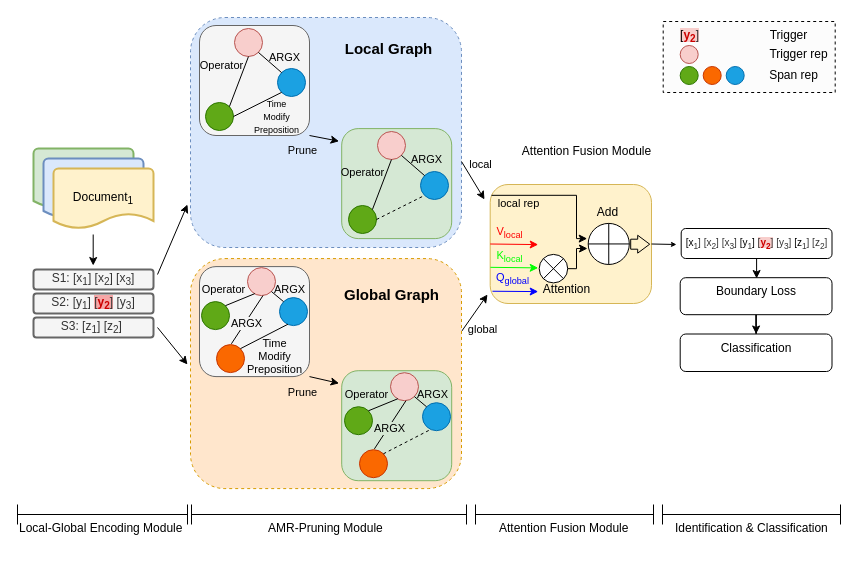
Before: model-modify2.drawio in crawlerWPS/drawing, a draw.io diagram. Source tidied: cells renumbered, new cells numbered last; positions are measured from the earlier drawing's top-left corner, leaving out a move shared by most shapes. Both pictures are drawn from the tidied source at 100%, with x=0, y=0 at pixel (17, 17).
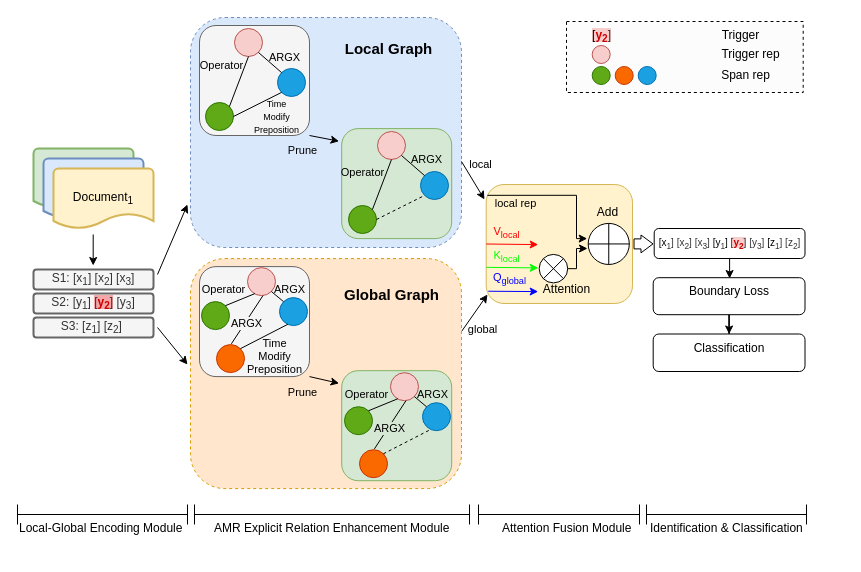
The same diagram, later.

What changed in the source:
```diff
@@
     <mxCell id="29" value="&lt;font style=&quot;font-size: 10px;&quot;&gt;[x&lt;sub style=&quot;border-color: var(--border-color); color: rgb(51, 51, 51);&quot;&gt;1&lt;/sub&gt;&lt;span style=&quot;color: rgb(51, 51, 51);&quot;&gt;] [x&lt;/span&gt;&lt;sub style=&quot;border-color: var(--border-color); color: rgb(51, 51, 51);&quot;&gt;2&lt;/sub&gt;&lt;span style=&quot;color: rgb(51, 51, 51);&quot;&gt;] [x&lt;/span&gt;&lt;sub style=&quot;border-color: var(--border-color); color: rgb(51, 51, 51);&quot;&gt;3&lt;/sub&gt;&lt;span style=&quot;color: rgb(51, 51, 51);&quot;&gt;]&amp;nbsp;&lt;/span&gt;[y&lt;sub style=&quot;border-color: var(--border-color); color: rgb(51, 51, 51);&quot;&gt;1&lt;/sub&gt;]&amp;nbsp;&lt;span style=&quot;background-color: rgb(248, 206, 204);&quot;&gt;&lt;span style=&quot;color: rgb(51, 51, 51);&quot;&gt;[&lt;/span&gt;&lt;font style=&quot;border-color: var(--border-color); font-size: 10px;&quot; color=&quot;#cc0000&quot;&gt;&lt;b style=&quot;border-color: var(--border-color);&quot;&gt;y&lt;sub style=&quot;border-color: var(--border-color);&quot;&gt;2&lt;/sub&gt;&lt;/b&gt;&lt;/font&gt;&lt;span style=&quot;color: rgb(51, 51, 51);&quot;&gt;]&lt;/span&gt;&lt;/span&gt;&lt;span style=&quot;color: rgb(51, 51, 51);&quot;&gt;&amp;nbsp;[y&lt;/span&gt;&lt;sub style=&quot;border-color: var(--border-color); color: rgb(51, 51, 51);&quot;&gt;3&lt;/sub&gt;&lt;span style=&quot;color: rgb(51, 51, 51);&quot;&gt;]&lt;/span&gt;&amp;nbsp;[z&lt;sub style=&quot;border-color: var(--border-color); color: rgb(51, 51, 51);&quot;&gt;1&lt;/sub&gt;&lt;span style=&quot;color: rgb(51, 51, 51);&quot;&gt;] [z&lt;/span&gt;&lt;sub style=&quot;border-color: var(--border-color); color: rgb(51, 51, 51);&quot;&gt;2&lt;/sub&gt;&lt;span style=&quot;color: rgb(51, 51, 51);&quot;&gt;]&lt;/span&gt;&lt;/font&gt;" style="rounded=1;whiteSpace=wrap;html=1;verticalAlign=top;" parent="1" vertex="1">
-      <mxGeometry x="663.7" y="211" width="150.8" height="30" as="geometry" />
+      <mxGeometry x="636.7" y="211" width="150.8" height="30" as="geometry" />
     </mxCell>
@@
     <mxCell id="31" value="Boundary Loss" style="whiteSpace=wrap;html=1;verticalAlign=top;rounded=1;" parent="1" vertex="1">
-      <mxGeometry x="662.7" y="260.2" width="151.8" height="37" as="geometry" />
+      <mxGeometry x="635.7" y="260.2" width="151.8" height="37" as="geometry" />
     </mxCell>
     <mxCell id="32" value="Classification" style="whiteSpace=wrap;html=1;verticalAlign=top;rounded=1;" parent="1" vertex="1">
-      <mxGeometry x="662.7" y="316.5" width="151.8" height="37.5" as="geometry" />
+      <mxGeometry x="635.7" y="316.5" width="151.8" height="37.5" as="geometry" />
     </mxCell>
     <mxCell id="33" style="rounded=0;whiteSpace=wrap;html=1;fillColor=#fcfcfc;dashed=1;strokeColor=default;glass=0;" parent="1" vertex="1">
-      <mxGeometry x="645.7" y="4" width="172" height="71" as="geometry" />
+      <mxGeometry x="549" y="4" width="236.7" height="71" as="geometry" />
     </mxCell>
     <mxCell id="34" style="ellipse;whiteSpace=wrap;html=1;fillColor=#f8cecc;strokeColor=#b85450;" parent="1" vertex="1">
-      <mxGeometry x="662.7" y="28" width="18" height="18" as="geometry" />
+      <mxGeometry x="574.7" y="28" width="18" height="18" as="geometry" />
     </mxCell>
     <mxCell id="35" value="Trigger rep" style="text;html=1;strokeColor=none;fillColor=none;align=center;verticalAlign=middle;whiteSpace=wrap;rounded=0;" parent="1" vertex="1">
-      <mxGeometry x="745.7" y="22" width="71" height="30" as="geometry" />
+      <mxGeometry x="697.7" y="22" width="71" height="30" as="geometry" />
     </mxCell>
     <mxCell id="36" value="&lt;span style=&quot;background-color: rgb(248, 206, 204);&quot;&gt;[&lt;font style=&quot;border-color: var(--border-color);&quot; color=&quot;#cc0000&quot;&gt;&lt;b style=&quot;border-color: var(--border-color);&quot;&gt;y&lt;sub style=&quot;border-color: var(--border-color);&quot;&gt;2&lt;/sub&gt;&lt;/b&gt;&lt;/font&gt;&lt;span style=&quot;color: rgb(51, 51, 51);&quot;&gt;]&lt;/span&gt;&lt;/span&gt;" style="text;html=1;strokeColor=none;fillColor=none;align=center;verticalAlign=middle;whiteSpace=wrap;rounded=0;" parent="1" vertex="1">
-      <mxGeometry x="657.2" y="4" width="31" height="30" as="geometry" />
+      <mxGeometry x="569.2" y="4" width="31" height="30" as="geometry" />
     </mxCell>
     <mxCell id="37" value="Trigger" style="text;html=1;strokeColor=none;fillColor=none;align=center;verticalAlign=middle;whiteSpace=wrap;rounded=0;" parent="1" vertex="1">
-      <mxGeometry x="735.7" y="3" width="71" height="30" as="geometry" />
+      <mxGeometry x="687.7" y="3" width="71" height="30" as="geometry" />
     </mxCell>
     <mxCell id="38" style="ellipse;whiteSpace=wrap;html=1;fillColor=#60a917;fontColor=#ffffff;strokeColor=#2D7600;" parent="1" vertex="1">
-      <mxGeometry x="662.7" y="49" width="18" height="18" as="geometry" />
+      <mxGeometry x="574.7" y="49" width="18" height="18" as="geometry" />
     </mxCell>
     <mxCell id="39" style="ellipse;whiteSpace=wrap;html=1;fillColor=#fa6800;fontColor=#000000;strokeColor=#C73500;" parent="1" vertex="1">
-      <mxGeometry x="685.7" y="49" width="18" height="18" as="geometry" />
+      <mxGeometry x="597.7" y="49" width="18" height="18" as="geometry" />
     </mxCell>
     <mxCell id="40" style="ellipse;whiteSpace=wrap;html=1;fillColor=#1ba1e2;fontColor=#ffffff;strokeColor=#006EAF;" parent="1" vertex="1">
-      <mxGeometry x="708.7" y="49" width="18" height="18" as="geometry" />
+      <mxGeometry x="620.7" y="49" width="18" height="18" as="geometry" />
     </mxCell>
     <mxCell id="41" value="Span rep" style="text;html=1;strokeColor=none;fillColor=none;align=center;verticalAlign=middle;whiteSpace=wrap;rounded=0;" parent="1" vertex="1">
-      <mxGeometry x="736.2" y="46" width="81" height="24" as="geometry" />
+      <mxGeometry x="688.2" y="46" width="81" height="24" as="geometry" />
     </mxCell>
@@
     <mxCell id="43" style="rounded=1;whiteSpace=wrap;html=1;fillColor=#fff2cc;strokeColor=#d6b656;" parent="1" vertex="1">
-      <mxGeometry x="472.7" y="167" width="161.3" height="119" as="geometry" />
+      <mxGeometry x="468.7" y="167" width="146.3" height="119" as="geometry" />
     </mxCell>
@@
     <mxCell id="56" style="shape=flexArrow;endArrow=classic;html=1;rounded=0;endWidth=6.857142857142857;endSize=3.6685714285714286;" parent="1" edge="1">
       <mxGeometry relative="1" as="geometry">
-        <mxPoint x="612.7" y="226.7" as="sourcePoint" />
-        <mxPoint x="632.7" y="226.7" as="targetPoint" />
+        <mxPoint x="616" y="226.4" as="sourcePoint" />
+        <mxPoint x="636" y="226.4" as="targetPoint" />
       </mxGeometry>
     </mxCell>
@@
-    <mxCell id="95" style="endArrow=classic;html=1;rounded=0;exitX=1;exitY=0.5;exitDx=0;exitDy=0;endSize=3;strokeWidth=1;startSize=6;jumpSize=6;arcSize=21;shadow=0;" parent="1" edge="1" source="43">
-      <mxGeometry relative="1" as="geometry">
-        <mxPoint x="659" y="227" as="targetPoint" />
-      </mxGeometry>
-    </mxCell>
@@
     <mxCell id="97" style="shape=crossbar;whiteSpace=wrap;html=1;rounded=1;" parent="1" vertex="1">
-      <mxGeometry x="174" y="487" width="275" height="20" as="geometry" />
+      <mxGeometry x="177" y="487" width="275" height="20" as="geometry" />
     </mxCell>
-    <mxCell id="98" value="Attention Fusion Module" style="text;html=1;align=center;verticalAlign=middle;strokeColor=none;fillColor=none;" parent="1" vertex="1">
-      <mxGeometry x="494.2" y="119" width="150" height="30" as="geometry" />
-    </mxCell>
-    <mxCell id="99" value="&lt;span style=&quot;color: rgb(0, 0, 0); font-family: Helvetica; font-style: normal; font-variant-ligatures: normal; font-variant-caps: normal; font-weight: 400; letter-spacing: normal; orphans: 2; text-align: center; text-indent: 0px; text-transform: none; widows: 2; word-spacing: 0px; -webkit-text-stroke-width: 0px; background-color: rgb(255, 255, 255); text-decoration-thickness: initial; text-decoration-style: initial; text-decoration-color: initial; float: none; display: inline !important;&quot;&gt;&lt;font style=&quot;font-size: 12px;&quot;&gt;AMR-Pruning Module&lt;/font&gt;&lt;/span&gt;" style="text;whiteSpace=wrap;html=1;" parent="1" vertex="1">
-      <mxGeometry x="248.5" y="497" width="140" height="40" as="geometry" />
+    <mxCell id="99" value="&lt;span style=&quot;color: rgb(0, 0, 0); font-family: Helvetica; font-style: normal; font-variant-ligatures: normal; font-variant-caps: normal; font-weight: 400; letter-spacing: normal; orphans: 2; text-align: center; text-indent: 0px; text-transform: none; widows: 2; word-spacing: 0px; -webkit-text-stroke-width: 0px; background-color: rgb(255, 255, 255); text-decoration-thickness: initial; text-decoration-style: initial; text-decoration-color: initial; float: none; display: inline !important;&quot;&gt;&lt;font style=&quot;font-size: 12px;&quot;&gt;AMR Explicit Relation Enhancement Module&lt;/font&gt;&lt;/span&gt;" style="text;whiteSpace=wrap;html=1;" parent="1" vertex="1">
+      <mxGeometry x="195" y="497" width="260" height="40" as="geometry" />
     </mxCell>
@@
     <mxCell id="101" style="shape=crossbar;whiteSpace=wrap;html=1;rounded=1;" parent="1" vertex="1">
-      <mxGeometry x="458" y="487" width="178" height="20" as="geometry" />
+      <mxGeometry x="461" y="487" width="161" height="20" as="geometry" />
     </mxCell>
     <mxCell id="102" value="&lt;span style=&quot;color: rgb(0, 0, 0); font-family: Helvetica; font-style: normal; font-variant-ligatures: normal; font-variant-caps: normal; font-weight: 400; letter-spacing: normal; orphans: 2; text-align: center; text-indent: 0px; text-transform: none; widows: 2; word-spacing: 0px; -webkit-text-stroke-width: 0px; background-color: rgb(255, 255, 255); text-decoration-thickness: initial; text-decoration-style: initial; text-decoration-color: initial; float: none; display: inline !important;&quot;&gt;&lt;font style=&quot;font-size: 12px;&quot;&gt;Attention Fusion Module&lt;/font&gt;&lt;/span&gt;" style="text;whiteSpace=wrap;html=1;" parent="1" vertex="1">
-      <mxGeometry x="480" y="497" width="137" height="40" as="geometry" />
+      <mxGeometry x="483" y="497" width="137" height="40" as="geometry" />
     </mxCell>
     <mxCell id="103" style="shape=crossbar;whiteSpace=wrap;html=1;rounded=1;" parent="1" vertex="1">
-      <mxGeometry x="645" y="487" width="178" height="20" as="geometry" />
+      <mxGeometry x="629" y="487" width="160" height="20" as="geometry" />
     </mxCell>
     <mxCell id="104" value="Identification &amp;amp; Classification" style="text;whiteSpace=wrap;html=1;" parent="1" vertex="1">
-      <mxGeometry x="656" y="497" width="170" height="40" as="geometry" />
+      <mxGeometry x="631" y="497" width="170" height="40" as="geometry" />
     </mxCell>
```
